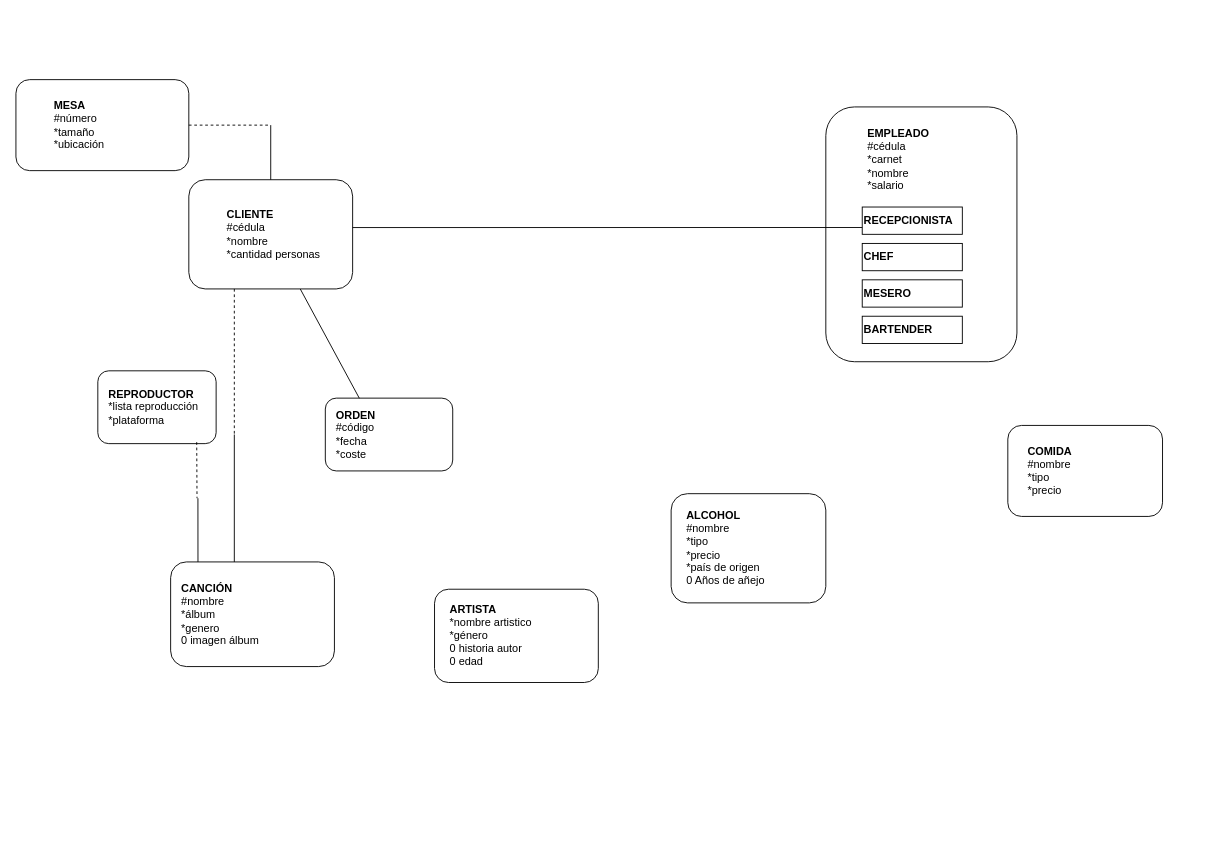
Before: Trabajo1/Untitled Diagram.drawio in M1moreno/EntregasBD, a draw.io diagram. Source tidied: cells renumbered, new cells numbered last; positions are measured from the earlier drawing's top-left corner, leaving out a move shared by most shapes. Both pictures are drawn from the tidied source at 91%, with x=0, y=0 at pixel (15, 79). Pictures stored in the file or linked from it are replaced by grey dashed boxes.
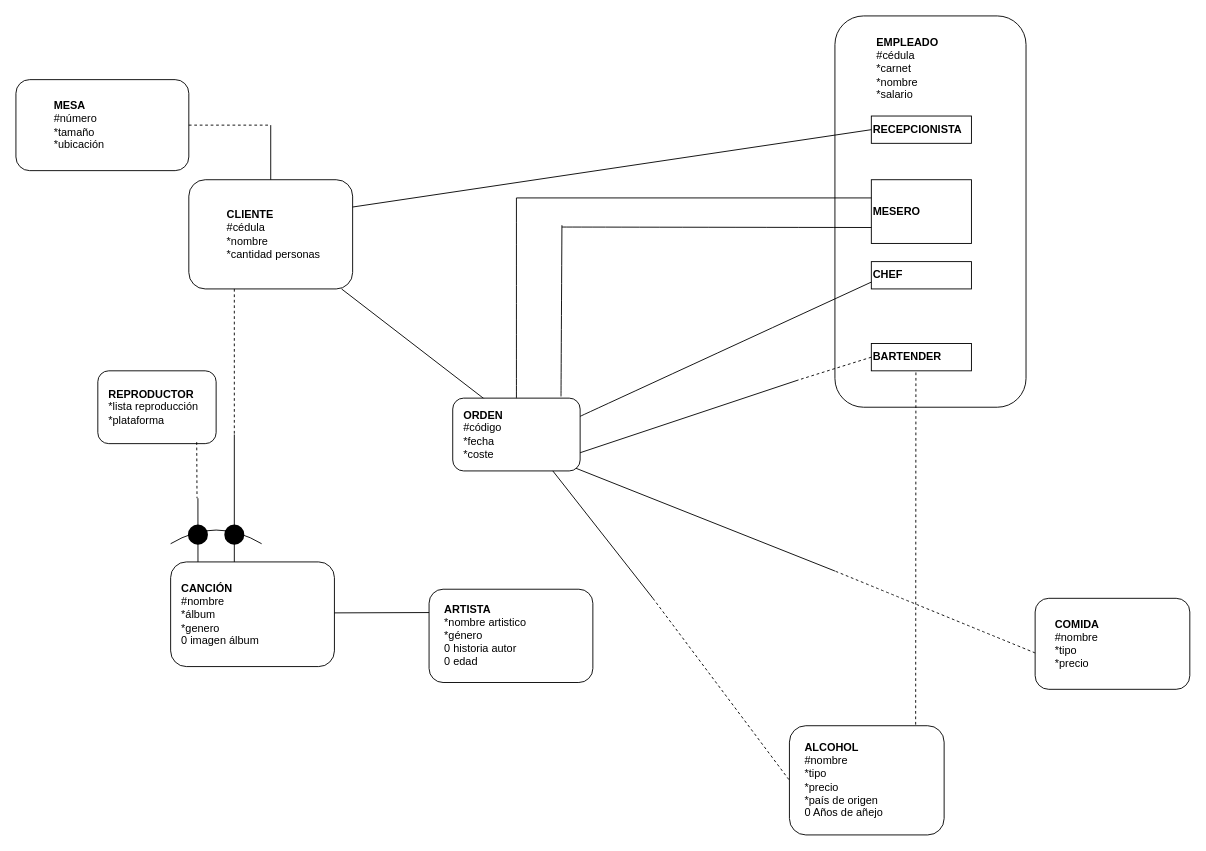
Above is the later version.

Unchanged cells that the change refers to:
```xml
<mxCell id="4" value="&lt;blockquote style=&quot;margin: 0 0 0 40px ; border: none ; padding: 0px&quot;&gt;&lt;b&gt;CLIENTE&lt;br&gt;&lt;/b&gt;#cédula&lt;br&gt;*nombre&lt;br&gt;*cantidad personas&lt;/blockquote&gt;" style="rounded=1;whiteSpace=wrap;html=1;align=left;" parent="1" vertex="1">
  <mxGeometry x="190" y="110" width="180" height="120" as="geometry" />
</mxCell>
<mxCell id="8" value="&lt;b&gt;RECEPCIONISTA&lt;br&gt;&lt;/b&gt;" style="rounded=0;whiteSpace=wrap;html=1;align=left;" parent="5" vertex="1">
  <mxGeometry x="40" y="110" width="110" height="30" as="geometry" />
</mxCell>
<mxCell id="16" style="rounded=1;whiteSpace=wrap;html=1;" parent="15" vertex="1">
  <mxGeometry width="140" height="80" as="geometry" />
</mxCell>
<mxCell id="19" style="rounded=1;whiteSpace=wrap;html=1;" parent="18" vertex="1">
  <mxGeometry width="170" height="120" as="geometry" />
</mxCell>
<mxCell id="25" style="rounded=1;whiteSpace=wrap;html=1;" parent="24" vertex="1">
  <mxGeometry width="180" height="102.5" as="geometry" />
</mxCell>
```

What changed in the source:
```diff
@@
     <mxCell id="5" style="group;" parent="1" vertex="1">
-      <mxGeometry x="890" y="30" width="210" height="280" as="geometry" />
+      <mxGeometry x="900" y="-70" width="210" height="430" as="geometry" />
     </mxCell>
     <mxCell id="6" style="rounded=1;whiteSpace=wrap;html=1;" parent="5" vertex="1">
-      <mxGeometry width="210" height="280" as="geometry" />
+      <mxGeometry width="210" height="430" as="geometry" />
     </mxCell>
@@
     <mxCell id="9" value="&lt;b&gt;MESERO&lt;/b&gt;" style="rounded=0;whiteSpace=wrap;html=1;align=left;" parent="5" vertex="1">
-      <mxGeometry x="40" y="190" width="110" height="30" as="geometry" />
+      <mxGeometry x="40" y="180" width="110" height="70" as="geometry" />
     </mxCell>
     <mxCell id="10" value="&lt;b&gt;CHEF&lt;/b&gt;" style="rounded=0;whiteSpace=wrap;html=1;align=left;" parent="5" vertex="1">
-      <mxGeometry x="40" y="150" width="110" height="30" as="geometry" />
+      <mxGeometry x="40" y="270" width="110" height="30" as="geometry" />
     </mxCell>
     <mxCell id="11" value="&lt;b&gt;BARTENDER&lt;/b&gt;" style="rounded=0;whiteSpace=wrap;html=1;align=left;" parent="5" vertex="1">
-      <mxGeometry x="40" y="230" width="110" height="30" as="geometry" />
+      <mxGeometry x="40" y="360" width="110" height="30" as="geometry" />
     </mxCell>
@@
     <mxCell id="15" style="group;" parent="1" vertex="1">
-      <mxGeometry x="340" y="350" width="140" height="80" as="geometry" />
+      <mxGeometry x="480" y="350" width="140" height="80" as="geometry" />
     </mxCell>
@@
     <mxCell id="18" style="group;" parent="1" vertex="1">
-      <mxGeometry x="720" y="455" width="170" height="120" as="geometry" />
+      <mxGeometry x="850" y="710" width="170" height="120" as="geometry" />
     </mxCell>
@@
     <mxCell id="24" style="group;" parent="1" vertex="1">
-      <mxGeometry x="460" y="560" width="180" height="102.5" as="geometry" />
+      <mxGeometry x="454" y="560" width="180" height="102.5" as="geometry" />
     </mxCell>
@@
-    <mxCell id="33" style="endArrow=none;html=1;rounded=0;entryX=0;entryY=0.75;entryDx=0;entryDy=0;exitX=1;exitY=0.438;exitDx=0;exitDy=0;exitPerimeter=0;" parent="1" edge="1" source="4" target="8">
+    <mxCell id="33" style="endArrow=none;html=1;rounded=0;entryX=0;entryY=0.5;entryDx=0;entryDy=0;exitX=1;exitY=0.25;exitDx=0;exitDy=0;" parent="1" edge="1" source="4" target="8">
       <mxGeometry relative="1" as="geometry" />
     </mxCell>
     <mxCell id="34" style="group;" parent="1" vertex="1">
-      <mxGeometry x="1090" y="380" width="170" height="100" as="geometry" />
+      <mxGeometry x="1120" y="570" width="170" height="100" as="geometry" />
     </mxCell>
@@
+    <mxCell id="37" style="endArrow=none;dashed=1;html=1;rounded=0;exitX=0.816;exitY=-0.01;exitDx=0;exitDy=0;exitPerimeter=0;" parent="1" edge="1" source="19">
+      <mxGeometry relative="1" as="geometry">
+        <mxPoint x="989" y="320" as="targetPoint" />
+      </mxGeometry>
+    </mxCell>
+    <mxCell id="38" style="endArrow=none;html=1;rounded=0;" parent="1" edge="1">
+      <mxGeometry relative="1" as="geometry">
+        <mxPoint x="550" y="130" as="sourcePoint" />
+        <mxPoint x="940" y="130" as="targetPoint" />
+      </mxGeometry>
+    </mxCell>
+    <mxCell id="39" style="endArrow=none;html=1;rounded=0;entryX=0;entryY=0.25;entryDx=0;entryDy=0;" parent="1" edge="1" target="25">
+      <mxGeometry relative="1" as="geometry">
+        <mxPoint x="350" y="586" as="sourcePoint" />
+      </mxGeometry>
+    </mxCell>
+    <mxCell id="40" style="endArrow=none;html=1;rounded=0;exitX=0.968;exitY=0.964;exitDx=0;exitDy=0;exitPerimeter=0;" parent="1" edge="1" source="16">
+      <mxGeometry relative="1" as="geometry">
+        <mxPoint x="900" y="540" as="targetPoint" />
+      </mxGeometry>
+    </mxCell>
+    <mxCell id="41" style="endArrow=none;html=1;rounded=0;" parent="1" edge="1">
+      <mxGeometry relative="1" as="geometry">
+        <mxPoint x="700" y="570" as="sourcePoint" />
+        <mxPoint x="590" y="430" as="targetPoint" />
+      </mxGeometry>
+    </mxCell>
+    <mxCell id="42" style="endArrow=none;dashed=1;html=1;rounded=0;entryX=0;entryY=0.5;entryDx=0;entryDy=0;" parent="1" edge="1" target="19">
+      <mxGeometry relative="1" as="geometry">
+        <mxPoint x="700" y="570" as="sourcePoint" />
+      </mxGeometry>
+    </mxCell>
+    <mxCell id="43" style="endArrow=none;dashed=1;html=1;rounded=0;exitX=0;exitY=0.5;exitDx=0;exitDy=0;" parent="1" edge="1" source="11">
+      <mxGeometry relative="1" as="geometry">
+        <mxPoint x="860" y="330" as="targetPoint" />
+      </mxGeometry>
+    </mxCell>
+    <mxCell id="44" style="endArrow=none;html=1;rounded=0;" parent="1" edge="1">
+      <mxGeometry relative="1" as="geometry">
+        <mxPoint x="620" y="410" as="sourcePoint" />
+        <mxPoint x="860" y="330" as="targetPoint" />
+      </mxGeometry>
+    </mxCell>
+    <mxCell id="45" style="endArrow=none;html=1;curved=1;" parent="1" edge="1">
+      <mxGeometry relative="1" as="geometry">
+        <mxPoint x="170" y="510" as="sourcePoint" />
+        <mxPoint x="270" y="510" as="targetPoint" />
+        <Array as="points">
+          <mxPoint x="220" y="480" />
+        </Array>
+      </mxGeometry>
+    </mxCell>
+    <mxCell id="46" style="fillColor=#E6E6E6;strokeColor=#999999;dashed=1;html=1;verticalAlign=top;verticalLabelPosition=bottom;labelBackgroundColor=#ffffff;" parent="1" vertex="1">
+      <mxGeometry x="170" y="480" as="geometry" />
+    </mxCell>
+    <mxCell id="47" style="shape=ellipse;html=1;fillColor=#000000;strokeWidth=2;verticalLabelPosition=bottom;verticalAlignment=top;perimeter=ellipsePerimeter;" parent="1" vertex="1">
+      <mxGeometry x="190" y="490" width="20" height="20" as="geometry" />
+    </mxCell>
+    <mxCell id="48" style="shape=ellipse;html=1;fillColor=#000000;strokeWidth=2;verticalLabelPosition=bottom;verticalAlignment=top;perimeter=ellipsePerimeter;" parent="1" vertex="1">
+      <mxGeometry x="230" y="490" width="20" height="20" as="geometry" />
+    </mxCell>
+    <mxCell id="49" style="endArrow=none;html=1;curved=1;exitX=1;exitY=0.25;exitDx=0;exitDy=0;entryX=0;entryY=0.75;entryDx=0;entryDy=0;" parent="1" edge="1" source="16" target="10">
+      <mxGeometry relative="1" as="geometry" />
+    </mxCell>
+    <mxCell id="50" style="endArrow=none;dashed=1;html=1;curved=1;" parent="1" edge="1">
+      <mxGeometry relative="1" as="geometry">
+        <mxPoint x="1120" y="630" as="sourcePoint" />
+        <mxPoint x="900" y="540" as="targetPoint" />
+      </mxGeometry>
+    </mxCell>
+    <mxCell id="51" style="endArrow=none;html=1;curved=1;" parent="1" edge="1">
+      <mxGeometry relative="1" as="geometry">
+        <mxPoint x="550" y="350" as="sourcePoint" />
+        <mxPoint x="550" y="130" as="targetPoint" />
+      </mxGeometry>
+    </mxCell>
+    <mxCell id="52" style="endArrow=none;html=1;curved=1;entryX=0;entryY=0.75;entryDx=0;entryDy=0;" parent="1" edge="1" target="9">
+      <mxGeometry relative="1" as="geometry">
+        <mxPoint x="600" y="162" as="sourcePoint" />
+      </mxGeometry>
+    </mxCell>
+    <mxCell id="53" style="endArrow=none;html=1;curved=1;exitX=0.85;exitY=-0.023;exitDx=0;exitDy=0;exitPerimeter=0;" parent="1" edge="1" source="16">
+      <mxGeometry relative="1" as="geometry">
+        <mxPoint x="600" y="160" as="targetPoint" />
+      </mxGeometry>
+    </mxCell>
```
